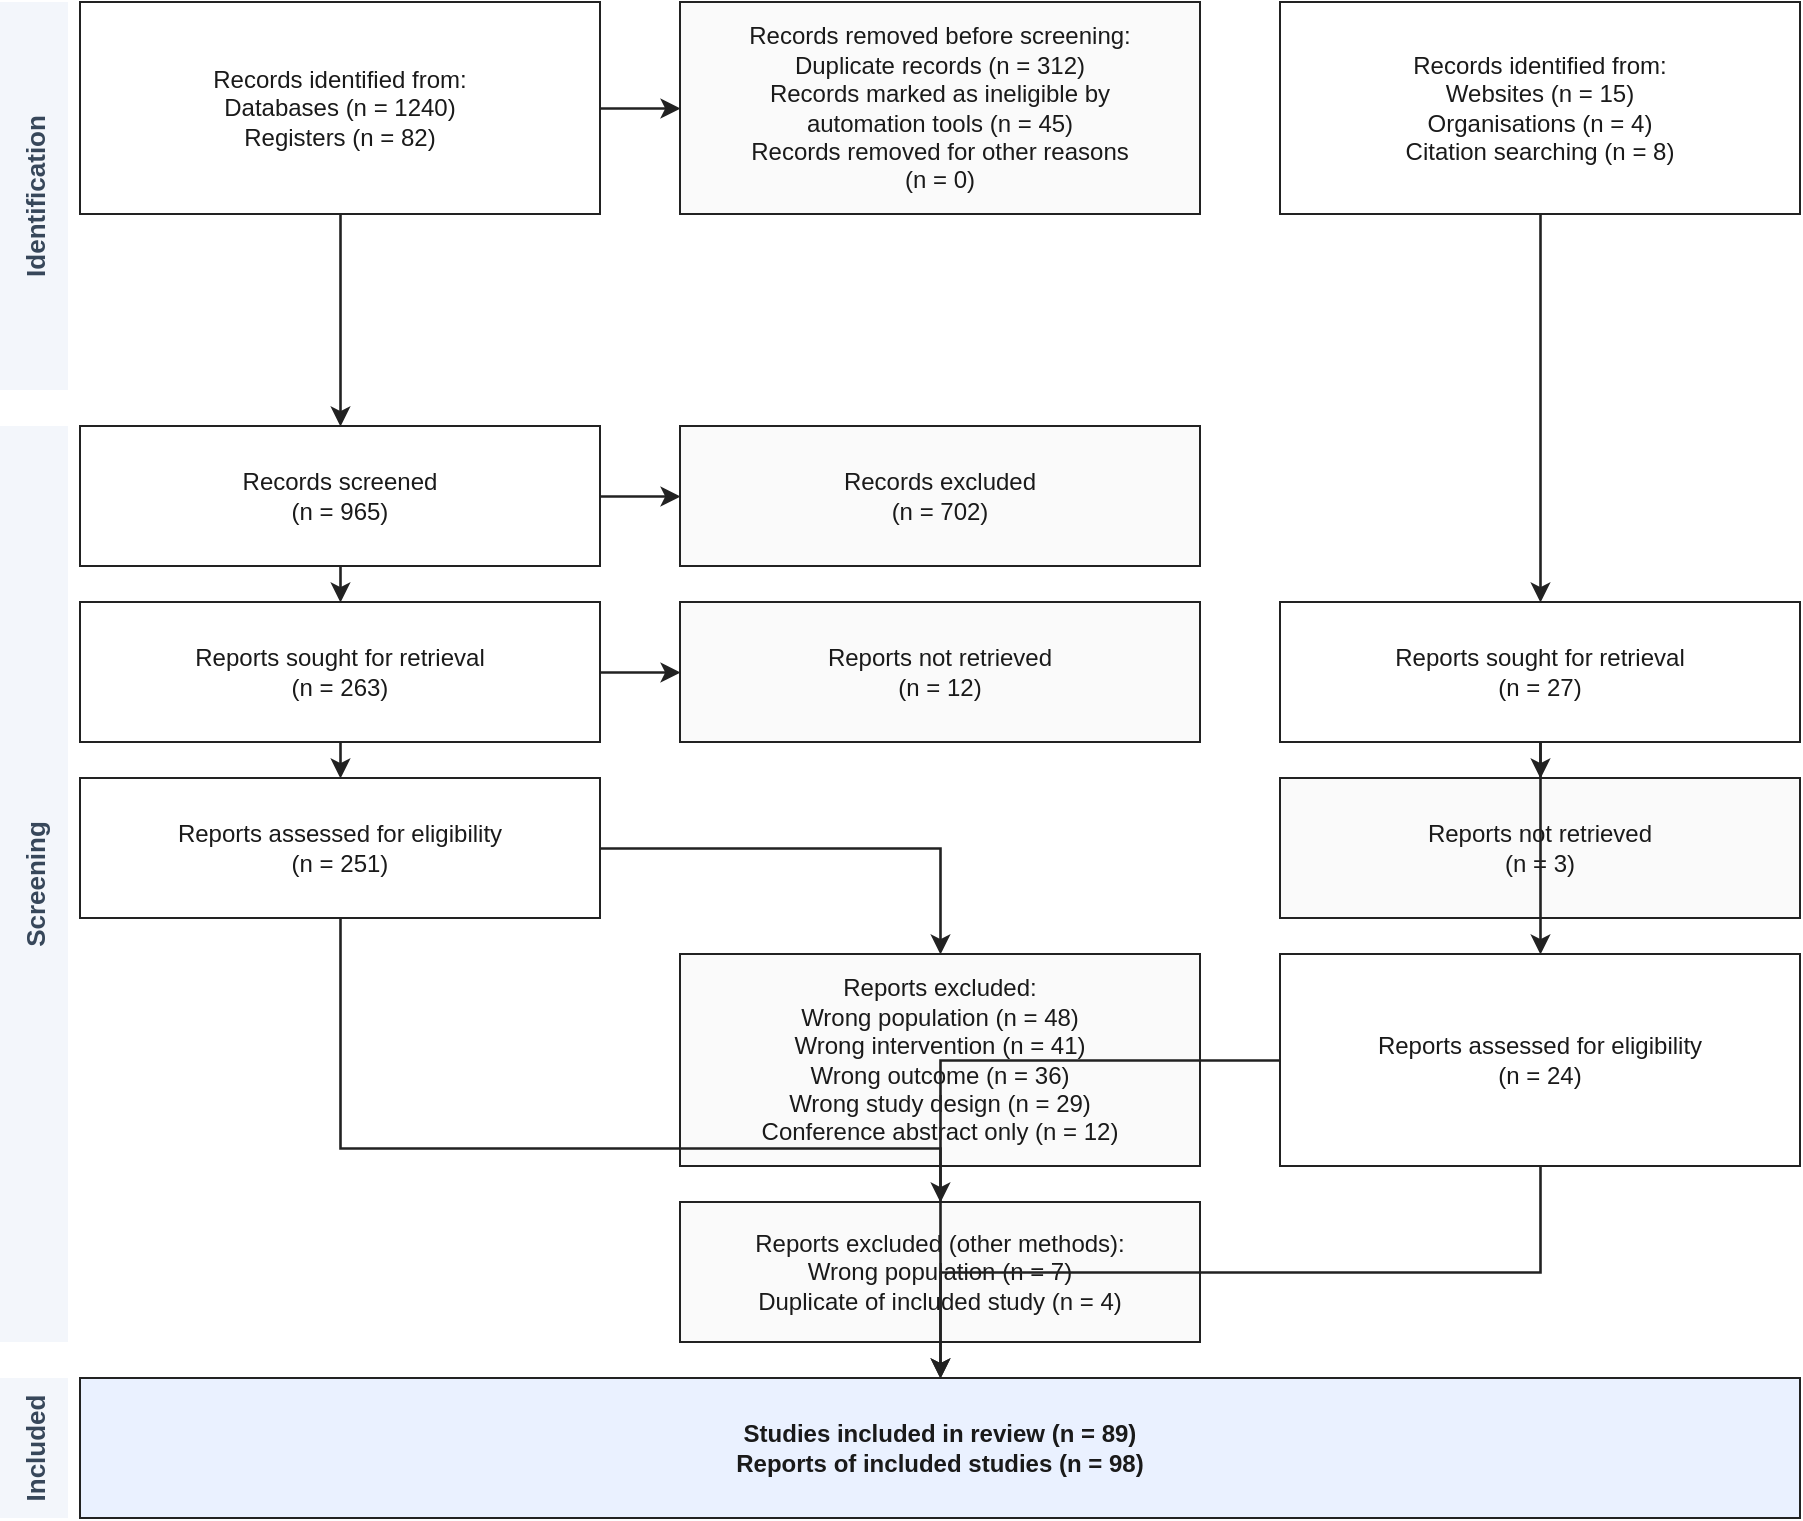
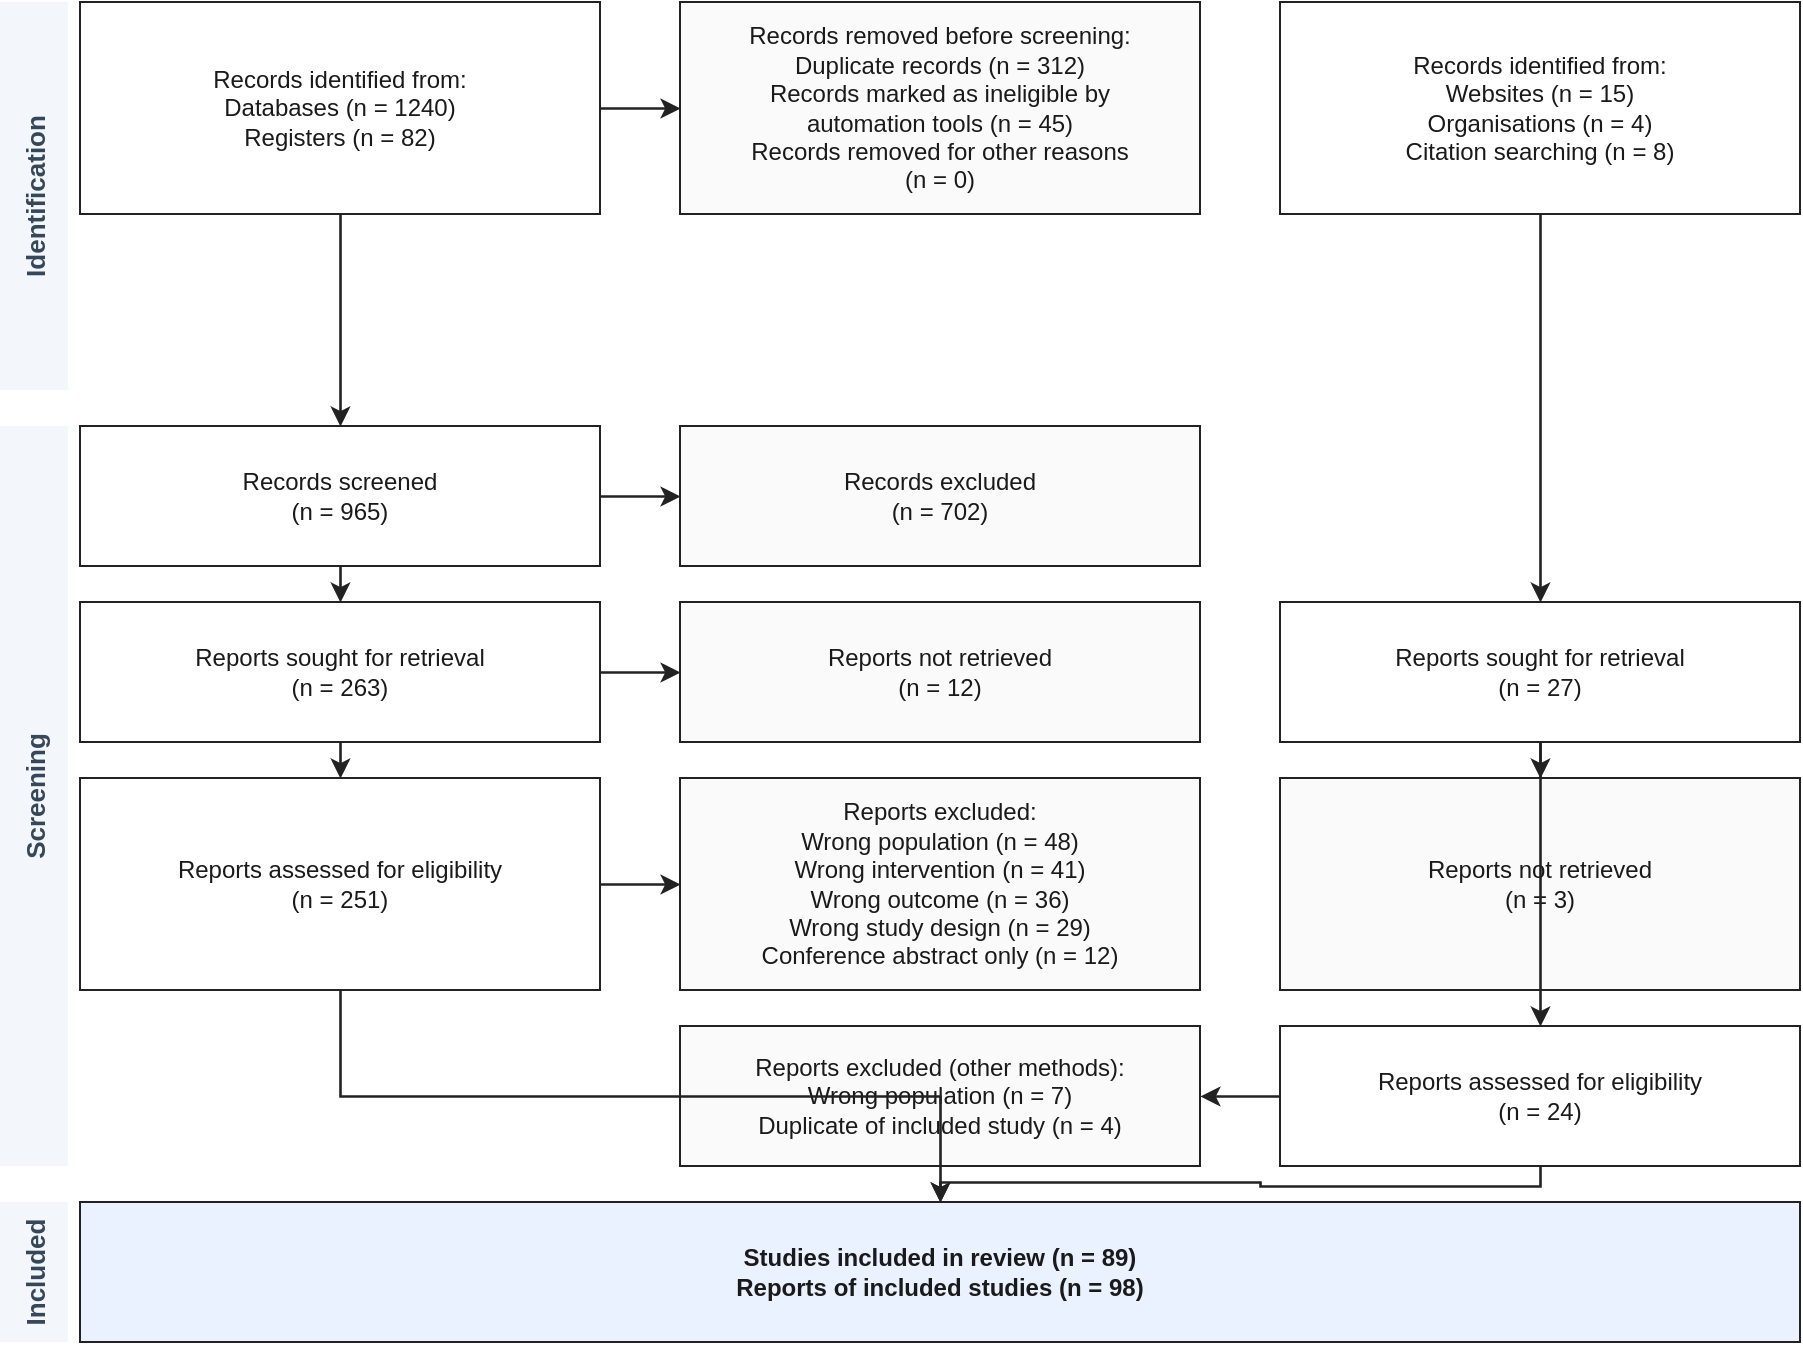
<?xml version="1.0" encoding="UTF-8"?>
- <mxfile host="flowdoc" modified="2026-04-25T12:06:57.590Z" agent="FlowDoc" version="1.0"><diagram id="flowdoc-main" name="Flow Diagram"><mxGraphModel dx="948" dy="894" grid="1" gridSize="10" guides="1" tooltips="1" connect="1" arrows="1" fold="1" page="1" pageScale="1" pageWidth="948" pageHeight="894" math="0" shadow="0"><root><mxCell id="0"/><mxCell id="1" parent="0"/><mxCell id="s2" value="Identification" style="shape=rect;fillColor=#f3f6fb;strokeColor=none;fontSize=13;fontStyle=1;fontColor=#37475a;verticalAlign=middle;horizontal=0;" vertex="1" parent="1"><mxGeometry x="24" y="24" width="34" height="194" as="geometry"/></mxCell><mxCell id="s3" value="Screening" style="shape=rect;fillColor=#f3f6fb;strokeColor=none;fontSize=13;fontStyle=1;fontColor=#37475a;verticalAlign=middle;horizontal=0;" vertex="1" parent="1"><mxGeometry x="24" y="236" width="34" height="458" as="geometry"/></mxCell><mxCell id="s4" value="Included" style="shape=rect;fillColor=#f3f6fb;strokeColor=none;fontSize=13;fontStyle=1;fontColor=#37475a;verticalAlign=middle;horizontal=0;" vertex="1" parent="1"><mxGeometry x="24" y="712" width="34" height="70" as="geometry"/></mxCell><mxCell id="n_db_sources" value="Records identified from:&#10;Databases (n = 1240)&#10;Registers (n = 82)" style="shape=rect;rounded=0;whiteSpace=wrap;html=1;fillColor=#ffffff;strokeColor=#222222;fontColor=#1a1a1a;fontSize=12;verticalAlign=middle;align=center;" vertex="1" parent="1"><mxGeometry x="64" y="24" width="260" height="106" as="geometry"/></mxCell><mxCell id="n_prescreen_removed" value="Records removed before screening:&#10;Duplicate records (n = 312)&#10;Records marked as ineligible by&#10;automation tools (n = 45)&#10;Records removed for other reasons&#10;(n = 0)" style="shape=rect;rounded=0;whiteSpace=wrap;html=1;fillColor=#fafafa;strokeColor=#222222;fontColor=#1a1a1a;fontSize=12;verticalAlign=middle;align=center;" vertex="1" parent="1"><mxGeometry x="364" y="24" width="260" height="106" as="geometry"/></mxCell><mxCell id="n_other_sources" value="Records identified from:&#10;Websites (n = 15)&#10;Organisations (n = 4)&#10;Citation searching (n = 8)" style="shape=rect;rounded=0;whiteSpace=wrap;html=1;fillColor=#ffffff;strokeColor=#222222;fontColor=#1a1a1a;fontSize=12;verticalAlign=middle;align=center;" vertex="1" parent="1"><mxGeometry x="664" y="24" width="260" height="106" as="geometry"/></mxCell><mxCell id="n_records_screened" value="Records screened&#10;(n = 965)" style="shape=rect;rounded=0;whiteSpace=wrap;html=1;fillColor=#ffffff;strokeColor=#222222;fontColor=#1a1a1a;fontSize=12;verticalAlign=middle;align=center;" vertex="1" parent="1"><mxGeometry x="64" y="236" width="260" height="70" as="geometry"/></mxCell><mxCell id="n_records_excluded" value="Records excluded&#10;(n = 702)" style="shape=rect;rounded=0;whiteSpace=wrap;html=1;fillColor=#fafafa;strokeColor=#222222;fontColor=#1a1a1a;fontSize=12;verticalAlign=middle;align=center;" vertex="1" parent="1"><mxGeometry x="364" y="236" width="260" height="70" as="geometry"/></mxCell><mxCell id="n_reports_sought" value="Reports sought for retrieval&#10;(n = 263)" style="shape=rect;rounded=0;whiteSpace=wrap;html=1;fillColor=#ffffff;strokeColor=#222222;fontColor=#1a1a1a;fontSize=12;verticalAlign=middle;align=center;" vertex="1" parent="1"><mxGeometry x="64" y="324" width="260" height="70" as="geometry"/></mxCell><mxCell id="n_reports_not_retrieved" value="Reports not retrieved&#10;(n = 12)" style="shape=rect;rounded=0;whiteSpace=wrap;html=1;fillColor=#fafafa;strokeColor=#222222;fontColor=#1a1a1a;fontSize=12;verticalAlign=middle;align=center;" vertex="1" parent="1"><mxGeometry x="364" y="324" width="260" height="70" as="geometry"/></mxCell><mxCell id="n_reports_other_sought" value="Reports sought for retrieval&#10;(n = 27)" style="shape=rect;rounded=0;whiteSpace=wrap;html=1;fillColor=#ffffff;strokeColor=#222222;fontColor=#1a1a1a;fontSize=12;verticalAlign=middle;align=center;" vertex="1" parent="1"><mxGeometry x="664" y="324" width="260" height="70" as="geometry"/></mxCell><mxCell id="n_reports_assessed" value="Reports assessed for eligibility&#10;(n = 251)" style="shape=rect;rounded=0;whiteSpace=wrap;html=1;fillColor=#ffffff;strokeColor=#222222;fontColor=#1a1a1a;fontSize=12;verticalAlign=middle;align=center;" vertex="1" parent="1"><mxGeometry x="64" y="412" width="260" height="70" as="geometry"/></mxCell><mxCell id="n_reports_other_not_retrieved" value="Reports not retrieved&#10;(n = 3)" style="shape=rect;rounded=0;whiteSpace=wrap;html=1;fillColor=#fafafa;strokeColor=#222222;fontColor=#1a1a1a;fontSize=12;verticalAlign=middle;align=center;" vertex="1" parent="1"><mxGeometry x="664" y="412" width="260" height="70" as="geometry"/></mxCell><mxCell id="n_reports_excluded" value="Reports excluded:&#10;Wrong population (n = 48)&#10;Wrong intervention (n = 41)&#10;Wrong outcome (n = 36)&#10;Wrong study design (n = 29)&#10;Conference abstract only (n = 12)" style="shape=rect;rounded=0;whiteSpace=wrap;html=1;fillColor=#fafafa;strokeColor=#222222;fontColor=#1a1a1a;fontSize=12;verticalAlign=middle;align=center;" vertex="1" parent="1"><mxGeometry x="364" y="500" width="260" height="106" as="geometry"/></mxCell><mxCell id="n_reports_other_assessed" value="Reports assessed for eligibility&#10;(n = 24)" style="shape=rect;rounded=0;whiteSpace=wrap;html=1;fillColor=#ffffff;strokeColor=#222222;fontColor=#1a1a1a;fontSize=12;verticalAlign=middle;align=center;" vertex="1" parent="1"><mxGeometry x="664" y="500" width="260" height="106" as="geometry"/></mxCell><mxCell id="n_reports_other_excluded" value="Reports excluded (other methods):&#10;Wrong population (n = 7)&#10;Duplicate of included study (n = 4)" style="shape=rect;rounded=0;whiteSpace=wrap;html=1;fillColor=#fafafa;strokeColor=#222222;fontColor=#1a1a1a;fontSize=12;verticalAlign=middle;align=center;" vertex="1" parent="1"><mxGeometry x="364" y="624" width="260" height="70" as="geometry"/></mxCell><mxCell id="n_included" value="Studies included in review (n = 89)&#10;Reports of included studies (n = 98)" style="shape=rect;rounded=0;fontStyle=1;whiteSpace=wrap;html=1;fillColor=#eaf1ff;strokeColor=#222222;fontColor=#1a1a1a;fontSize=12;verticalAlign=middle;align=center;" vertex="1" parent="1"><mxGeometry x="64" y="712" width="860" height="70" as="geometry"/></mxCell><mxCell id="e0" style="edgeStyle=orthogonalEdgeStyle;rounded=0;html=1;endArrow=classic;endFill=1;strokeColor=#222222;strokeWidth=1.3;" edge="1" source="n_db_sources" target="n_records_screened" parent="1"><mxGeometry relative="1" as="geometry"/></mxCell><mxCell id="e1" style="edgeStyle=orthogonalEdgeStyle;rounded=0;html=1;endArrow=classic;endFill=1;strokeColor=#222222;strokeWidth=1.3;" edge="1" source="n_records_screened" target="n_reports_sought" parent="1"><mxGeometry relative="1" as="geometry"/></mxCell><mxCell id="e2" style="edgeStyle=orthogonalEdgeStyle;rounded=0;html=1;endArrow=classic;endFill=1;strokeColor=#222222;strokeWidth=1.3;" edge="1" source="n_reports_sought" target="n_reports_assessed" parent="1"><mxGeometry relative="1" as="geometry"/></mxCell><mxCell id="e3" style="edgeStyle=orthogonalEdgeStyle;rounded=0;html=1;endArrow=classic;endFill=1;strokeColor=#222222;strokeWidth=1.3;" edge="1" source="n_reports_assessed" target="n_included" parent="1"><mxGeometry relative="1" as="geometry"/></mxCell><mxCell id="e4" style="edgeStyle=orthogonalEdgeStyle;rounded=0;html=1;endArrow=classic;endFill=1;strokeColor=#222222;strokeWidth=1.3;" edge="1" source="n_db_sources" target="n_prescreen_removed" parent="1"><mxGeometry relative="1" as="geometry"/></mxCell><mxCell id="e5" style="edgeStyle=orthogonalEdgeStyle;rounded=0;html=1;endArrow=classic;endFill=1;strokeColor=#222222;strokeWidth=1.3;" edge="1" source="n_records_screened" target="n_records_excluded" parent="1"><mxGeometry relative="1" as="geometry"/></mxCell><mxCell id="e6" style="edgeStyle=orthogonalEdgeStyle;rounded=0;html=1;endArrow=classic;endFill=1;strokeColor=#222222;strokeWidth=1.3;" edge="1" source="n_reports_sought" target="n_reports_not_retrieved" parent="1"><mxGeometry relative="1" as="geometry"/></mxCell><mxCell id="e7" style="edgeStyle=orthogonalEdgeStyle;rounded=0;html=1;endArrow=classic;endFill=1;strokeColor=#222222;strokeWidth=1.3;" edge="1" source="n_reports_assessed" target="n_reports_excluded" parent="1"><mxGeometry relative="1" as="geometry"/></mxCell><mxCell id="e8" style="edgeStyle=orthogonalEdgeStyle;rounded=0;html=1;endArrow=classic;endFill=1;strokeColor=#222222;strokeWidth=1.3;" edge="1" source="n_other_sources" target="n_reports_other_sought" parent="1"><mxGeometry relative="1" as="geometry"/></mxCell><mxCell id="e9" style="edgeStyle=orthogonalEdgeStyle;rounded=0;html=1;endArrow=classic;endFill=1;strokeColor=#222222;strokeWidth=1.3;" edge="1" source="n_reports_other_sought" target="n_reports_other_assessed" parent="1"><mxGeometry relative="1" as="geometry"/></mxCell><mxCell id="e10" style="edgeStyle=orthogonalEdgeStyle;rounded=0;html=1;endArrow=classic;endFill=1;strokeColor=#222222;strokeWidth=1.3;" edge="1" source="n_reports_other_sought" target="n_reports_other_not_retrieved" parent="1"><mxGeometry relative="1" as="geometry"/></mxCell><mxCell id="e11" style="edgeStyle=orthogonalEdgeStyle;rounded=0;html=1;endArrow=classic;endFill=1;strokeColor=#222222;strokeWidth=1.3;" edge="1" source="n_reports_other_assessed" target="n_reports_other_excluded" parent="1"><mxGeometry relative="1" as="geometry"/></mxCell><mxCell id="e12" style="edgeStyle=orthogonalEdgeStyle;rounded=0;html=1;endArrow=classic;endFill=1;strokeColor=#222222;strokeWidth=1.3;" edge="1" source="n_reports_other_assessed" target="n_included" parent="1"><mxGeometry relative="1" as="geometry"/></mxCell></root></mxGraphModel></diagram></mxfile>
+ <mxfile host="flowdoc" modified="2026-04-28T13:04:35.522Z" agent="FlowDoc" version="1.0"><diagram id="flowdoc-main" name="Flow Diagram"><mxGraphModel dx="948" dy="718" grid="1" gridSize="10" guides="1" tooltips="1" connect="1" arrows="1" fold="1" page="1" pageScale="1" pageWidth="948" pageHeight="718" math="0" shadow="0"><root><mxCell id="0"/><mxCell id="1" parent="0"/><mxCell id="s2" value="Identification" style="shape=rect;fillColor=#f3f6fb;strokeColor=none;fontSize=13;fontStyle=1;fontColor=#37475a;verticalAlign=middle;horizontal=0;" vertex="1" parent="1"><mxGeometry x="24" y="24" width="34" height="194" as="geometry"/></mxCell><mxCell id="s3" value="Screening" style="shape=rect;fillColor=#f3f6fb;strokeColor=none;fontSize=13;fontStyle=1;fontColor=#37475a;verticalAlign=middle;horizontal=0;" vertex="1" parent="1"><mxGeometry x="24" y="236" width="34" height="370" as="geometry"/></mxCell><mxCell id="s4" value="Included" style="shape=rect;fillColor=#f3f6fb;strokeColor=none;fontSize=13;fontStyle=1;fontColor=#37475a;verticalAlign=middle;horizontal=0;" vertex="1" parent="1"><mxGeometry x="24" y="624" width="34" height="70" as="geometry"/></mxCell><mxCell id="n_db_sources" value="Records identified from:&#10;Databases (n = 1240)&#10;Registers (n = 82)" style="shape=rect;rounded=0;whiteSpace=wrap;html=1;fillColor=#ffffff;strokeColor=#222222;fontColor=#1a1a1a;fontSize=12;verticalAlign=middle;align=center;" vertex="1" parent="1"><mxGeometry x="64" y="24" width="260" height="106" as="geometry"/></mxCell><mxCell id="n_prescreen_removed" value="Records removed before screening:&#10;Duplicate records (n = 312)&#10;Records marked as ineligible by&#10;automation tools (n = 45)&#10;Records removed for other reasons&#10;(n = 0)" style="shape=rect;rounded=0;whiteSpace=wrap;html=1;fillColor=#fafafa;strokeColor=#222222;fontColor=#1a1a1a;fontSize=12;verticalAlign=middle;align=center;" vertex="1" parent="1"><mxGeometry x="364" y="24" width="260" height="106" as="geometry"/></mxCell><mxCell id="n_other_sources" value="Records identified from:&#10;Websites (n = 15)&#10;Organisations (n = 4)&#10;Citation searching (n = 8)" style="shape=rect;rounded=0;whiteSpace=wrap;html=1;fillColor=#ffffff;strokeColor=#222222;fontColor=#1a1a1a;fontSize=12;verticalAlign=middle;align=center;" vertex="1" parent="1"><mxGeometry x="664" y="24" width="260" height="106" as="geometry"/></mxCell><mxCell id="n_records_screened" value="Records screened&#10;(n = 965)" style="shape=rect;rounded=0;whiteSpace=wrap;html=1;fillColor=#ffffff;strokeColor=#222222;fontColor=#1a1a1a;fontSize=12;verticalAlign=middle;align=center;" vertex="1" parent="1"><mxGeometry x="64" y="236" width="260" height="70" as="geometry"/></mxCell><mxCell id="n_records_excluded" value="Records excluded&#10;(n = 702)" style="shape=rect;rounded=0;whiteSpace=wrap;html=1;fillColor=#fafafa;strokeColor=#222222;fontColor=#1a1a1a;fontSize=12;verticalAlign=middle;align=center;" vertex="1" parent="1"><mxGeometry x="364" y="236" width="260" height="70" as="geometry"/></mxCell><mxCell id="n_reports_sought" value="Reports sought for retrieval&#10;(n = 263)" style="shape=rect;rounded=0;whiteSpace=wrap;html=1;fillColor=#ffffff;strokeColor=#222222;fontColor=#1a1a1a;fontSize=12;verticalAlign=middle;align=center;" vertex="1" parent="1"><mxGeometry x="64" y="324" width="260" height="70" as="geometry"/></mxCell><mxCell id="n_reports_not_retrieved" value="Reports not retrieved&#10;(n = 12)" style="shape=rect;rounded=0;whiteSpace=wrap;html=1;fillColor=#fafafa;strokeColor=#222222;fontColor=#1a1a1a;fontSize=12;verticalAlign=middle;align=center;" vertex="1" parent="1"><mxGeometry x="364" y="324" width="260" height="70" as="geometry"/></mxCell><mxCell id="n_reports_other_sought" value="Reports sought for retrieval&#10;(n = 27)" style="shape=rect;rounded=0;whiteSpace=wrap;html=1;fillColor=#ffffff;strokeColor=#222222;fontColor=#1a1a1a;fontSize=12;verticalAlign=middle;align=center;" vertex="1" parent="1"><mxGeometry x="664" y="324" width="260" height="70" as="geometry"/></mxCell><mxCell id="n_reports_assessed" value="Reports assessed for eligibility&#10;(n = 251)" style="shape=rect;rounded=0;whiteSpace=wrap;html=1;fillColor=#ffffff;strokeColor=#222222;fontColor=#1a1a1a;fontSize=12;verticalAlign=middle;align=center;" vertex="1" parent="1"><mxGeometry x="64" y="412" width="260" height="106" as="geometry"/></mxCell><mxCell id="n_reports_excluded" value="Reports excluded:&#10;Wrong population (n = 48)&#10;Wrong intervention (n = 41)&#10;Wrong outcome (n = 36)&#10;Wrong study design (n = 29)&#10;Conference abstract only (n = 12)" style="shape=rect;rounded=0;whiteSpace=wrap;html=1;fillColor=#fafafa;strokeColor=#222222;fontColor=#1a1a1a;fontSize=12;verticalAlign=middle;align=center;" vertex="1" parent="1"><mxGeometry x="364" y="412" width="260" height="106" as="geometry"/></mxCell><mxCell id="n_reports_other_not_retrieved" value="Reports not retrieved&#10;(n = 3)" style="shape=rect;rounded=0;whiteSpace=wrap;html=1;fillColor=#fafafa;strokeColor=#222222;fontColor=#1a1a1a;fontSize=12;verticalAlign=middle;align=center;" vertex="1" parent="1"><mxGeometry x="664" y="412" width="260" height="106" as="geometry"/></mxCell><mxCell id="n_reports_other_excluded" value="Reports excluded (other methods):&#10;Wrong population (n = 7)&#10;Duplicate of included study (n = 4)" style="shape=rect;rounded=0;whiteSpace=wrap;html=1;fillColor=#fafafa;strokeColor=#222222;fontColor=#1a1a1a;fontSize=12;verticalAlign=middle;align=center;" vertex="1" parent="1"><mxGeometry x="364" y="536" width="260" height="70" as="geometry"/></mxCell><mxCell id="n_reports_other_assessed" value="Reports assessed for eligibility&#10;(n = 24)" style="shape=rect;rounded=0;whiteSpace=wrap;html=1;fillColor=#ffffff;strokeColor=#222222;fontColor=#1a1a1a;fontSize=12;verticalAlign=middle;align=center;" vertex="1" parent="1"><mxGeometry x="664" y="536" width="260" height="70" as="geometry"/></mxCell><mxCell id="n_included" value="Studies included in review (n = 89)&#10;Reports of included studies (n = 98)" style="shape=rect;rounded=0;fontStyle=1;whiteSpace=wrap;html=1;fillColor=#eaf1ff;strokeColor=#222222;fontColor=#1a1a1a;fontSize=12;verticalAlign=middle;align=center;" vertex="1" parent="1"><mxGeometry x="64" y="624" width="860" height="70" as="geometry"/></mxCell><mxCell id="e0" style="edgeStyle=orthogonalEdgeStyle;rounded=0;html=1;endArrow=classic;endFill=1;strokeColor=#222222;strokeWidth=1.3;" edge="1" source="n_db_sources" target="n_records_screened" parent="1"><mxGeometry relative="1" as="geometry"/></mxCell><mxCell id="e1" style="edgeStyle=orthogonalEdgeStyle;rounded=0;html=1;endArrow=classic;endFill=1;strokeColor=#222222;strokeWidth=1.3;" edge="1" source="n_records_screened" target="n_reports_sought" parent="1"><mxGeometry relative="1" as="geometry"/></mxCell><mxCell id="e2" style="edgeStyle=orthogonalEdgeStyle;rounded=0;html=1;endArrow=classic;endFill=1;strokeColor=#222222;strokeWidth=1.3;" edge="1" source="n_reports_sought" target="n_reports_assessed" parent="1"><mxGeometry relative="1" as="geometry"/></mxCell><mxCell id="e3" style="edgeStyle=orthogonalEdgeStyle;rounded=0;html=1;endArrow=classic;endFill=1;strokeColor=#222222;strokeWidth=1.3;" edge="1" source="n_reports_assessed" target="n_included" parent="1"><mxGeometry relative="1" as="geometry"/></mxCell><mxCell id="e4" style="edgeStyle=orthogonalEdgeStyle;rounded=0;html=1;endArrow=classic;endFill=1;strokeColor=#222222;strokeWidth=1.3;" edge="1" source="n_db_sources" target="n_prescreen_removed" parent="1"><mxGeometry relative="1" as="geometry"/></mxCell><mxCell id="e5" style="edgeStyle=orthogonalEdgeStyle;rounded=0;html=1;endArrow=classic;endFill=1;strokeColor=#222222;strokeWidth=1.3;" edge="1" source="n_records_screened" target="n_records_excluded" parent="1"><mxGeometry relative="1" as="geometry"/></mxCell><mxCell id="e6" style="edgeStyle=orthogonalEdgeStyle;rounded=0;html=1;endArrow=classic;endFill=1;strokeColor=#222222;strokeWidth=1.3;" edge="1" source="n_reports_sought" target="n_reports_not_retrieved" parent="1"><mxGeometry relative="1" as="geometry"/></mxCell><mxCell id="e7" style="edgeStyle=orthogonalEdgeStyle;rounded=0;html=1;endArrow=classic;endFill=1;strokeColor=#222222;strokeWidth=1.3;" edge="1" source="n_reports_assessed" target="n_reports_excluded" parent="1"><mxGeometry relative="1" as="geometry"/></mxCell><mxCell id="e8" style="edgeStyle=orthogonalEdgeStyle;rounded=0;html=1;endArrow=classic;endFill=1;strokeColor=#222222;strokeWidth=1.3;" edge="1" source="n_other_sources" target="n_reports_other_sought" parent="1"><mxGeometry relative="1" as="geometry"/></mxCell><mxCell id="e9" style="edgeStyle=orthogonalEdgeStyle;rounded=0;html=1;endArrow=classic;endFill=1;strokeColor=#222222;strokeWidth=1.3;" edge="1" source="n_reports_other_sought" target="n_reports_other_assessed" parent="1"><mxGeometry relative="1" as="geometry"/></mxCell><mxCell id="e10" style="edgeStyle=orthogonalEdgeStyle;rounded=0;html=1;endArrow=classic;endFill=1;strokeColor=#222222;strokeWidth=1.3;" edge="1" source="n_reports_other_sought" target="n_reports_other_not_retrieved" parent="1"><mxGeometry relative="1" as="geometry"/></mxCell><mxCell id="e11" style="edgeStyle=orthogonalEdgeStyle;rounded=0;html=1;endArrow=classic;endFill=1;strokeColor=#222222;strokeWidth=1.3;" edge="1" source="n_reports_other_assessed" target="n_reports_other_excluded" parent="1"><mxGeometry relative="1" as="geometry"/></mxCell><mxCell id="e12" style="edgeStyle=orthogonalEdgeStyle;rounded=0;html=1;endArrow=classic;endFill=1;strokeColor=#222222;strokeWidth=1.3;" edge="1" source="n_reports_other_assessed" target="n_included" parent="1"><mxGeometry relative="1" as="geometry"/></mxCell></root></mxGraphModel></diagram></mxfile>
